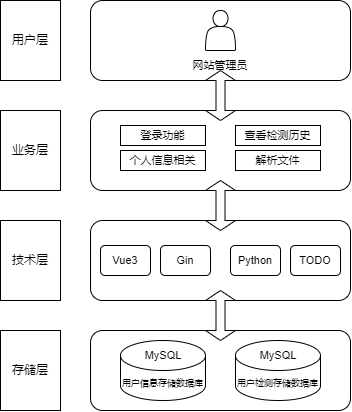
Earlier version of the draw.io export res/系统架构.png (DavidingPlus/Web-IntelliFind). Source tidied: cells renumbered, new cells last; positions are measured from the earlier drawing's top-left corner, leaving out a move shared by most shapes. Source of this version:
```xml
<mxGraphModel>
  <root>
    <mxCell id="0" />
    <mxCell id="1" parent="0" />
    <mxCell id="2" value="用户层" style="rounded=0;whiteSpace=wrap;html=1;" parent="1" vertex="1">
      <mxGeometry width="60" height="80" as="geometry" />
    </mxCell>
    <mxCell id="3" value="业务层" style="rounded=0;whiteSpace=wrap;html=1;" parent="1" vertex="1">
      <mxGeometry y="110" width="60" height="80" as="geometry" />
    </mxCell>
    <mxCell id="4" value="技术层" style="rounded=0;whiteSpace=wrap;html=1;" parent="1" vertex="1">
      <mxGeometry y="220" width="60" height="80" as="geometry" />
    </mxCell>
    <mxCell id="5" value="存储层" style="rounded=0;whiteSpace=wrap;html=1;" parent="1" vertex="1">
      <mxGeometry y="330" width="60" height="80" as="geometry" />
    </mxCell>
    <mxCell id="6" style="rounded=1;whiteSpace=wrap;html=1;" parent="1" vertex="1">
      <mxGeometry x="90" width="260" height="80" as="geometry" />
    </mxCell>
    <mxCell id="7" style="rounded=1;whiteSpace=wrap;html=1;" parent="1" vertex="1">
      <mxGeometry x="90" y="110" width="260" height="80" as="geometry" />
    </mxCell>
    <mxCell id="8" style="rounded=1;whiteSpace=wrap;html=1;" parent="1" vertex="1">
      <mxGeometry x="90" y="220" width="260" height="80" as="geometry" />
    </mxCell>
    <mxCell id="9" style="rounded=1;whiteSpace=wrap;html=1;" parent="1" vertex="1">
      <mxGeometry x="90" y="330" width="260" height="80" as="geometry" />
    </mxCell>
    <mxCell id="10" style="shape=actor;whiteSpace=wrap;html=1;" parent="1" vertex="1">
      <mxGeometry x="205" y="10" width="30" height="40" as="geometry" />
    </mxCell>
    <mxCell id="11" value="网站管理员" style="text;html=1;strokeColor=none;fillColor=none;align=center;verticalAlign=middle;whiteSpace=wrap;rounded=0;fontSize=11;" parent="1" vertex="1">
      <mxGeometry x="190" y="50" width="60" height="30" as="geometry" />
    </mxCell>
    <mxCell id="12" style="shape=doubleArrow;direction=south;whiteSpace=wrap;html=1;fontSize=11;" parent="1" vertex="1">
      <mxGeometry x="205" y="70" width="30" height="50" as="geometry" />
    </mxCell>
    <mxCell id="13" style="shape=doubleArrow;direction=south;whiteSpace=wrap;html=1;fontSize=11;" parent="1" vertex="1">
      <mxGeometry x="205" y="180" width="30" height="50" as="geometry" />
    </mxCell>
    <mxCell id="14" style="shape=doubleArrow;direction=south;whiteSpace=wrap;html=1;fontSize=11;" parent="1" vertex="1">
      <mxGeometry x="205" y="290" width="30" height="50" as="geometry" />
    </mxCell>
    <mxCell id="15" value="登录功能" style="rounded=0;whiteSpace=wrap;html=1;fontSize=11;" parent="1" vertex="1">
      <mxGeometry x="120" y="125" width="85" height="20" as="geometry" />
    </mxCell>
    <mxCell id="16" value="查看检测历史" style="rounded=0;whiteSpace=wrap;html=1;fontSize=11;" parent="1" vertex="1">
      <mxGeometry x="235" y="125" width="85" height="20" as="geometry" />
    </mxCell>
    <mxCell id="17" value="个人信息相关" style="rounded=0;whiteSpace=wrap;html=1;fontSize=11;" parent="1" vertex="1">
      <mxGeometry x="120" y="150" width="85" height="20" as="geometry" />
    </mxCell>
    <mxCell id="18" value="解析文件" style="rounded=0;whiteSpace=wrap;html=1;fontSize=11;" parent="1" vertex="1">
      <mxGeometry x="235" y="150" width="85" height="20" as="geometry" />
    </mxCell>
    <mxCell id="19" value="Vue3" style="rounded=1;whiteSpace=wrap;html=1;fontSize=11;" parent="1" vertex="1">
      <mxGeometry x="100" y="245" width="50" height="30" as="geometry" />
    </mxCell>
    <mxCell id="20" value="Gin" style="rounded=1;whiteSpace=wrap;html=1;fontSize=11;" parent="1" vertex="1">
      <mxGeometry x="160" y="245" width="50" height="30" as="geometry" />
    </mxCell>
    <mxCell id="21" value="Python" style="rounded=1;whiteSpace=wrap;html=1;fontSize=11;" parent="1" vertex="1">
      <mxGeometry x="230" y="245" width="50" height="30" as="geometry" />
    </mxCell>
    <mxCell id="22" value="TODO" style="rounded=1;whiteSpace=wrap;html=1;fontSize=11;" parent="1" vertex="1">
      <mxGeometry x="290" y="245" width="50" height="30" as="geometry" />
    </mxCell>
    <mxCell id="23" value="用户信息存储数据库" style="shape=cylinder3;whiteSpace=wrap;html=1;boundedLbl=1;backgroundOutline=1;size=15;fontSize=9;" parent="1" vertex="1">
      <mxGeometry x="120" y="340" width="85" height="60" as="geometry" />
    </mxCell>
    <mxCell id="24" value="MySQL" style="text;html=1;strokeColor=none;fillColor=none;align=center;verticalAlign=middle;whiteSpace=wrap;rounded=0;fontSize=11;" parent="1" vertex="1">
      <mxGeometry x="132.5" y="340" width="60" height="30" as="geometry" />
    </mxCell>
    <mxCell id="25" value="用户检测存储数据库" style="shape=cylinder3;whiteSpace=wrap;html=1;boundedLbl=1;backgroundOutline=1;size=15;fontSize=9;" parent="1" vertex="1">
      <mxGeometry x="235" y="340" width="85" height="60" as="geometry" />
    </mxCell>
    <mxCell id="26" value="MySQL" style="text;html=1;strokeColor=none;fillColor=none;align=center;verticalAlign=middle;whiteSpace=wrap;rounded=0;fontSize=11;" parent="1" vertex="1">
      <mxGeometry x="247.5" y="340" width="60" height="30" as="geometry" />
    </mxCell>
  </root>
</mxGraphModel>
```
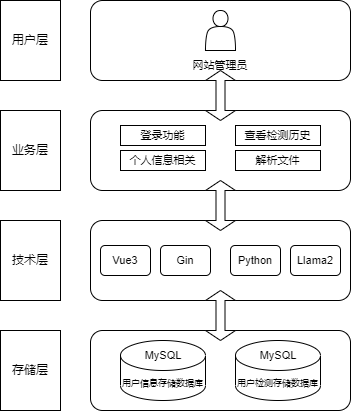
Above is the later version.

Diff of the diagram source:
```diff
@@ -62,7 +62,7 @@
     <mxCell id="21" value="Python" style="rounded=1;whiteSpace=wrap;html=1;fontSize=11;" parent="1" vertex="1">
       <mxGeometry x="230" y="245" width="50" height="30" as="geometry" />
     </mxCell>
-    <mxCell id="22" value="TODO" style="rounded=1;whiteSpace=wrap;html=1;fontSize=11;" parent="1" vertex="1">
+    <mxCell id="22" value="&lt;div&gt;&lt;div class=&quot;old-record-id-CO8Cd8ao6o2ORcx43r9cU3Chn1f&quot;&gt;Llama2&lt;/div&gt;&lt;/div&gt;&lt;span class=&quot;lark-record-clipboard&quot; data-lark-record-data=&quot;{&amp;quot;rootId&amp;quot;:&amp;quot;CYwqdr0lgoLU0ax9r77cs2mcnHZ&amp;quot;,&amp;quot;text&amp;quot;:{&amp;quot;initialAttributedTexts&amp;quot;:{&amp;quot;text&amp;quot;:{&amp;quot;0&amp;quot;:&amp;quot;Llama2&amp;quot;},&amp;quot;attribs&amp;quot;:{&amp;quot;0&amp;quot;:&amp;quot;*0+6&amp;quot;}},&amp;quot;apool&amp;quot;:{&amp;quot;numToAttrib&amp;quot;:{&amp;quot;0&amp;quot;:[&amp;quot;author&amp;quot;,&amp;quot;7131269141830320132&amp;quot;]},&amp;quot;nextNum&amp;quot;:1}},&amp;quot;type&amp;quot;:&amp;quot;text&amp;quot;,&amp;quot;referenceRecordMap&amp;quot;:{},&amp;quot;extra&amp;quot;:{&amp;quot;channel&amp;quot;:&amp;quot;saas&amp;quot;,&amp;quot;mention_page_title&amp;quot;:{},&amp;quot;external_mention_url&amp;quot;:{}},&amp;quot;isKeepQuoteContainer&amp;quot;:false,&amp;quot;isFromCode&amp;quot;:false,&amp;quot;selection&amp;quot;:[{&amp;quot;id&amp;quot;:266,&amp;quot;type&amp;quot;:&amp;quot;text&amp;quot;,&amp;quot;selection&amp;quot;:{&amp;quot;start&amp;quot;:17,&amp;quot;end&amp;quot;:23},&amp;quot;recordId&amp;quot;:&amp;quot;CO8Cd8ao6o2ORcx43r9cU3Chn1f&amp;quot;}],&amp;quot;payloadMap&amp;quot;:{},&amp;quot;isCut&amp;quot;:false}&quot;&gt;&lt;/span&gt;" style="rounded=1;whiteSpace=wrap;html=1;fontSize=11;" parent="1" vertex="1">
       <mxGeometry x="290" y="245" width="50" height="30" as="geometry" />
     </mxCell>
     <mxCell id="23" value="用户信息存储数据库" style="shape=cylinder3;whiteSpace=wrap;html=1;boundedLbl=1;backgroundOutline=1;size=15;fontSize=9;" parent="1" vertex="1">
```
